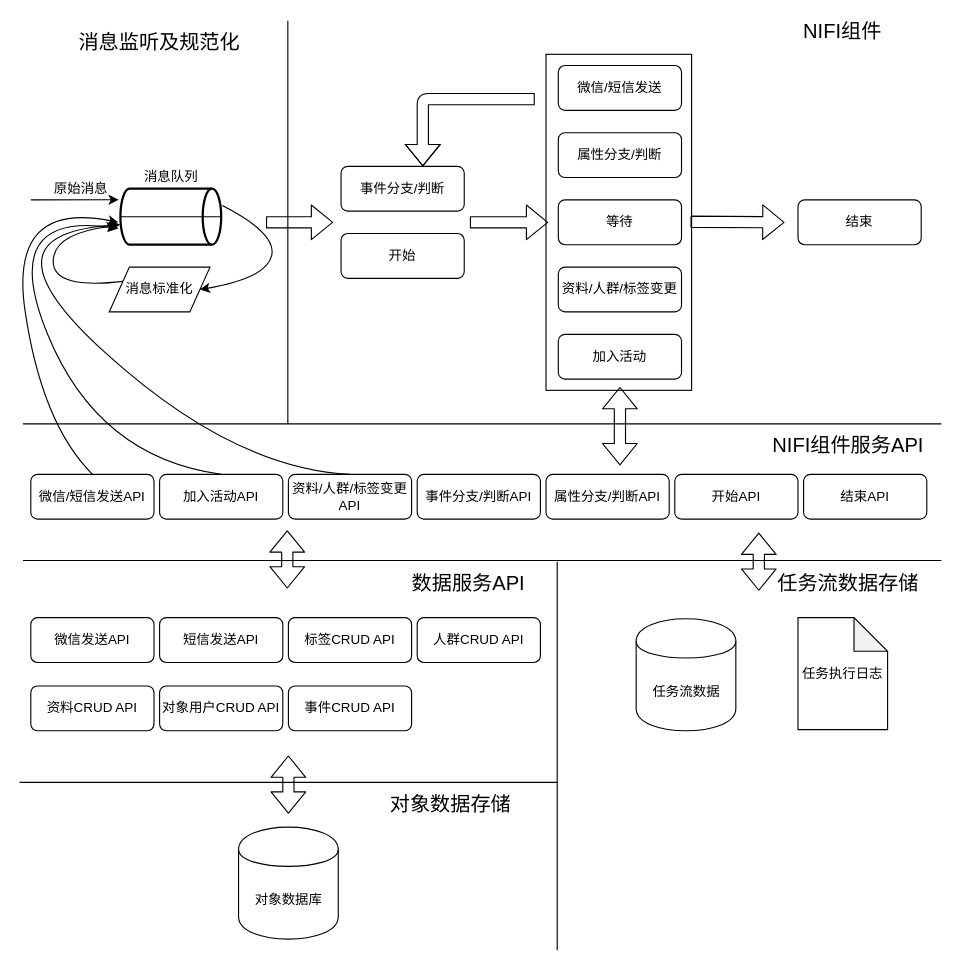
Above: MA_msg_data_flow.drawio in superjoeye/adhoc (draw.io), before the change. Source tidied: cells renumbered, new cells numbered last; positions are measured from the earlier drawing's top-left corner, leaving out a move shared by most shapes. Both pictures are drawn from the tidied source at 112%, with x=0, y=0 at pixel (-26, 20).
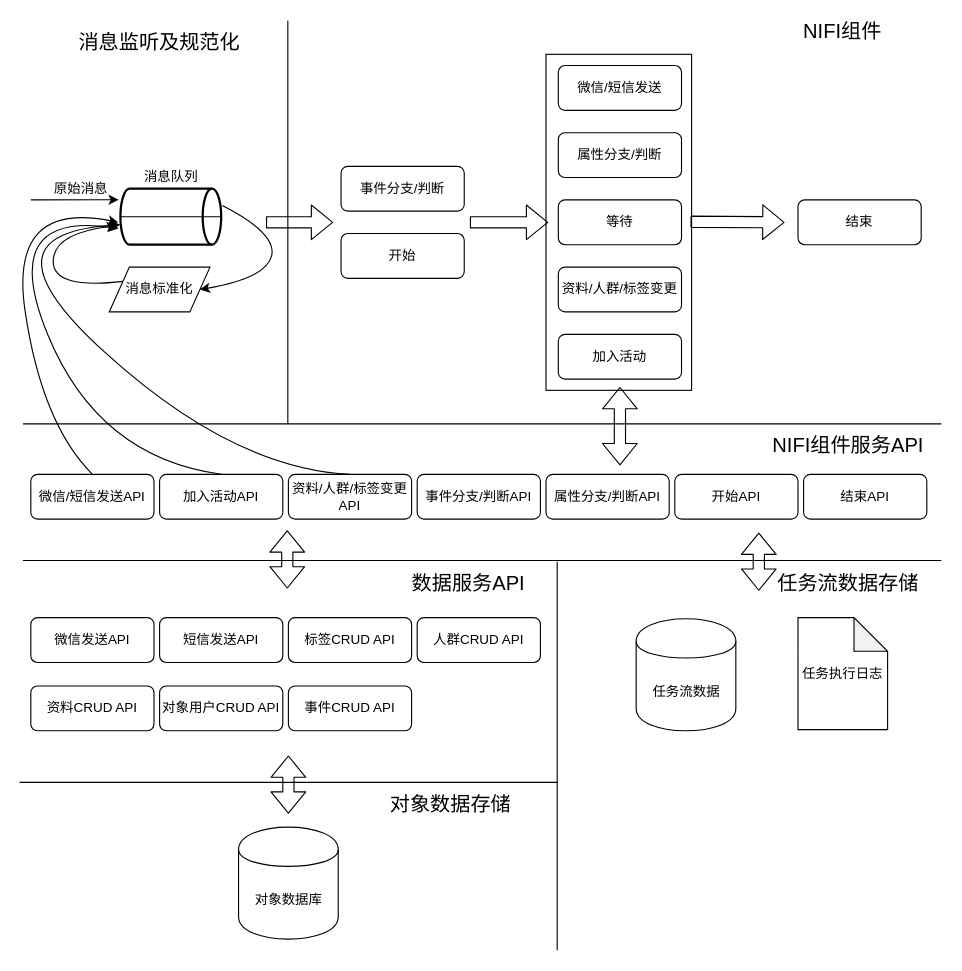
The same page after the edit.

The change refers to these unchanged cells:
```xml
<mxCell id="13" value="事件分支/判断" style="rounded=1;whiteSpace=wrap;html=1;" parent="1" vertex="1">
  <mxGeometry x="327" y="130" width="110" height="40" as="geometry" />
</mxCell>
```

What changed in the source:
```diff
@@
-    <mxCell id="58" style="shape=flexArrow;endArrow=classic;html=1;entryX=0.664;entryY=0;entryDx=0;entryDy=0;entryPerimeter=0;" parent="1" edge="1" target="13">
-      <mxGeometry relative="1" as="geometry">
-        <mxPoint x="500" y="70" as="sourcePoint" />
-        <Array as="points">
-          <mxPoint x="400" y="70" />
-        </Array>
-      </mxGeometry>
-    </mxCell>
```
